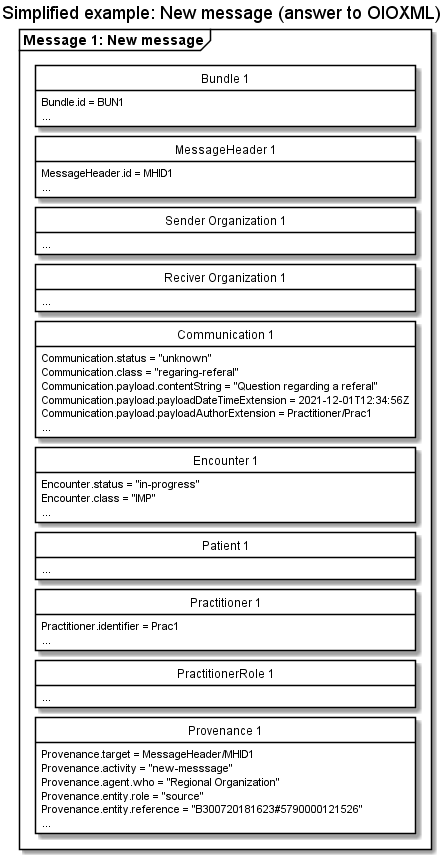
Earlier version of the PlantUML export input/images/carecommunication/CCNewMessageOIOXML.png (medcomdk/dk-medcom-carecommunication).
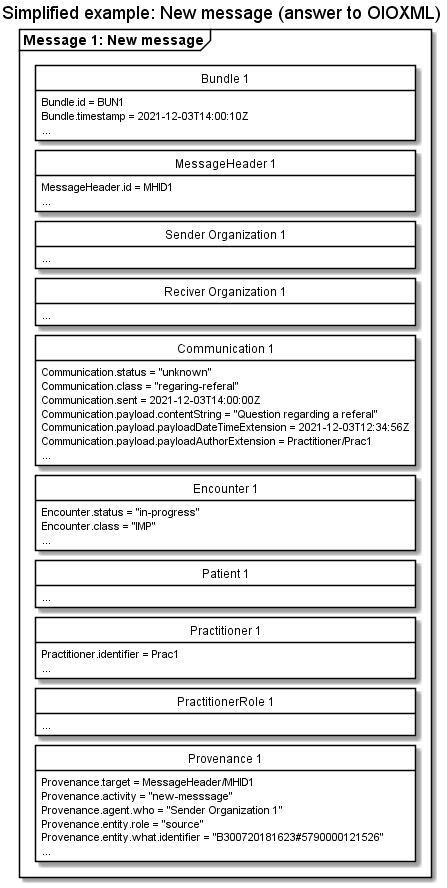
After the commit.

The edit, as a diff of the source:
```diff
@@ -16,6 +16,7 @@
 package "Message 1: New message" as new <<Frame>>{
     class "Bundle 1" as newB {
         Bundle.id = BUN1
+        Bundle.timestamp = 2021-12-03T14:00:10Z
         ...
     }
     class "MessageHeader 1" as newMH{
@@ -31,8 +32,9 @@
     class "Communication 1" as newCom{
         Communication.status = "unknown"
         Communication.class = "regaring-referal"
+        Communication.sent = 2021-12-03T14:00:00Z
         Communication.payload.contentString = "Question regarding a referal"
-        Communication.payload.payloadDateTimeExtension = 2021-12-01T12:34:56Z
+        Communication.payload.payloadDateTimeExtension = 2021-12-03T12:34:56Z
         Communication.payload.payloadAuthorExtension = Practitioner/Prac1
         ...
     }
@@ -54,9 +56,9 @@
     class "Provenance 1" as newPRO{
         Provenance.target = MessageHeader/MHID1
         Provenance.activity = "new-messsage"
-        Provenance.agent.who = "Regional Organization"
+        Provenance.agent.who = "Sender Organization 1"
         Provenance.entity.role = "source"
-        Provenance.entity.reference = "B300720181623#5790000121526"
+        Provenance.entity.what.identifier = "B300720181623#5790000121526"
         ...
     }
 
```
